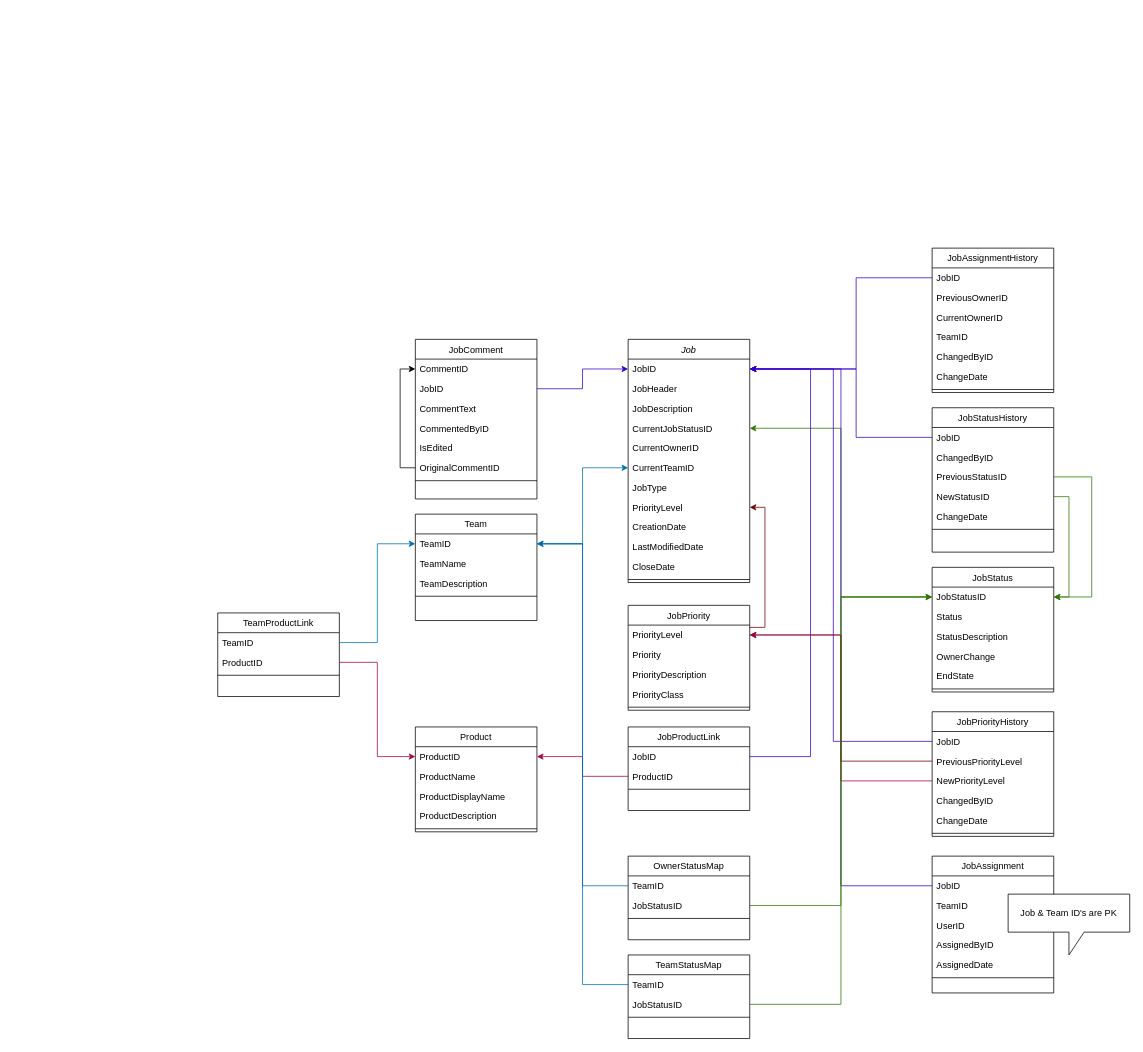
The draw.io diagram documentation/uml/job-class.drawio in KMastalerz/Sloth, before the edit. Source tidied: cells renumbered, new cells numbered last; positions are measured from the earlier drawing's top-left corner, leaving out a move shared by most shapes. Both pictures are drawn from the tidied source at 76%, with x=0, y=0 at pixel (217, 248).
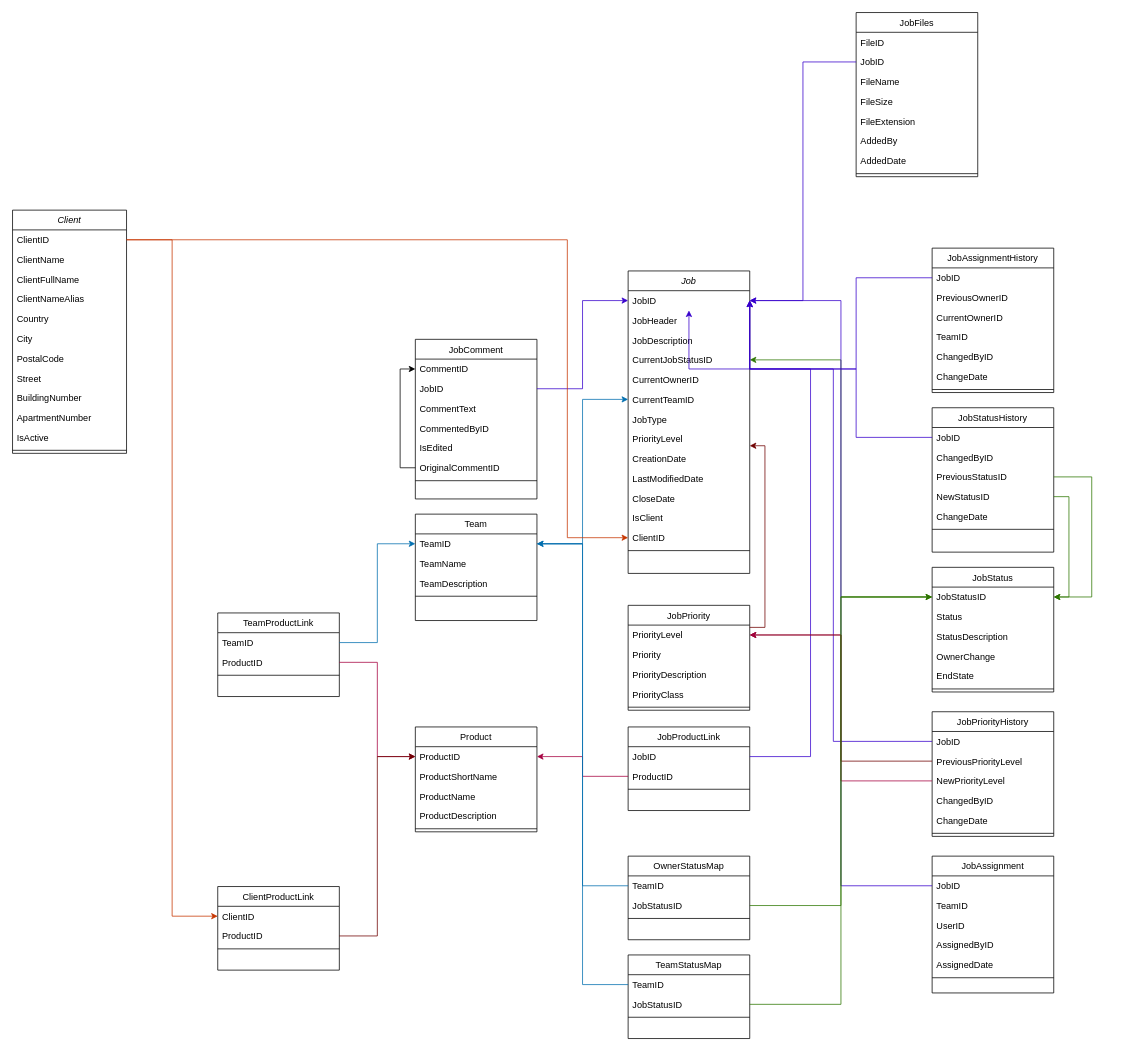
After the change.

The change refers to these unchanged cells:
```xml
<mxCell id="3" value="JobID" style="text;align=left;verticalAlign=top;spacingLeft=4;spacingRight=4;overflow=hidden;points=[[0,0.5],[1,0.5]];portConstraint=eastwest;" parent="2" vertex="1">
  <mxGeometry y="26" width="160" height="26" as="geometry" />
</mxCell>
<mxCell id="10" value="PriorityLevel" style="text;align=left;verticalAlign=top;spacingLeft=4;spacingRight=4;overflow=hidden;points=[[0,0.5],[1,0.5]];portConstraint=eastwest;rounded=0;shadow=0;html=0;" parent="2" vertex="1">
  <mxGeometry y="208" width="160" height="26" as="geometry" />
</mxCell>
<mxCell id="71" value="Product" style="swimlane;fontStyle=0;align=center;verticalAlign=top;horizontal=1;startSize=26;rounded=0;shadow=0;strokeWidth=1;" parent="1" vertex="1">
  <mxGeometry x="260" y="630" width="160" height="138" as="geometry" />
</mxCell>
<mxCell id="72" value="ProductID" style="text;align=left;verticalAlign=top;spacingLeft=4;spacingRight=4;overflow=hidden;points=[[0,0.5],[1,0.5]];portConstraint=eastwest;" parent="71" vertex="1">
  <mxGeometry y="26" width="160" height="26" as="geometry" />
</mxCell>
<mxCell id="93" value="PriorityLevel" style="text;align=left;verticalAlign=top;spacingLeft=4;spacingRight=4;overflow=hidden;points=[[0,0.5],[1,0.5]];portConstraint=eastwest;" parent="92" vertex="1">
  <mxGeometry y="26" width="160" height="26" as="geometry" />
</mxCell>
```

Change to the diagram source:
```diff
@@
     <mxCell id="2" value="Job" style="swimlane;fontStyle=2;align=center;verticalAlign=top;horizontal=1;startSize=26;rounded=0;shadow=0;strokeWidth=1;" parent="1" vertex="1">
-      <mxGeometry x="540" y="120" width="160" height="320" as="geometry" />
+      <mxGeometry x="540" y="30" width="160" height="398" as="geometry" />
     </mxCell>
@@
+    <mxCell id="114" value="IsClient" style="text;align=left;verticalAlign=top;spacingLeft=4;spacingRight=4;overflow=hidden;rounded=0;shadow=0;html=0;" parent="2" vertex="1">
+      <mxGeometry y="312" width="160" height="26" as="geometry" />
+    </mxCell>
+    <mxCell id="115" value="ClientID" style="text;align=left;verticalAlign=top;spacingLeft=4;spacingRight=4;overflow=hidden;points=[[0,0.5],[1,0.5]];portConstraint=eastwest;rounded=0;shadow=0;html=0;" parent="2" vertex="1">
+      <mxGeometry y="338" width="160" height="26" as="geometry" />
+    </mxCell>
     <mxCell id="14" style="line;html=1;strokeWidth=1;align=left;verticalAlign=middle;spacingTop=-1;spacingLeft=3;spacingRight=3;labelPosition=right;" parent="2" vertex="1">
-      <mxGeometry y="312" width="160" height="8" as="geometry" />
+      <mxGeometry y="364" width="160" height="8" as="geometry" />
     </mxCell>
@@
-    <mxCell id="73" value="ProductName" style="text;align=left;verticalAlign=top;spacingLeft=4;spacingRight=4;overflow=hidden;rounded=0;shadow=0;html=0;" parent="71" vertex="1">
+    <mxCell id="73" value="ProductShortName" style="text;align=left;verticalAlign=top;spacingLeft=4;spacingRight=4;overflow=hidden;rounded=0;shadow=0;html=0;" parent="71" vertex="1">
       <mxGeometry y="52" width="160" height="26" as="geometry" />
     </mxCell>
-    <mxCell id="74" value="ProductDisplayName" style="text;align=left;verticalAlign=top;spacingLeft=4;spacingRight=4;overflow=hidden;" parent="71" vertex="1">
+    <mxCell id="74" value="ProductName" style="text;align=left;verticalAlign=top;spacingLeft=4;spacingRight=4;overflow=hidden;" parent="71" vertex="1">
       <mxGeometry y="78" width="160" height="26" as="geometry" />
     </mxCell>
@@
     <mxCell id="98" style="edgeStyle=orthogonalEdgeStyle;rounded=0;jettySize=auto;html=1;fillColor=#a20025;strokeColor=#6F0000;" parent="1" edge="1" source="93" target="10">
       <mxGeometry relative="1" as="geometry">
         <Array as="points">
           <mxPoint x="720" y="499" />
-          <mxPoint x="720" y="341" />
+          <mxPoint x="720" y="260" />
         </Array>
       </mxGeometry>
     </mxCell>
@@
-    <mxCell id="101" value="Job &amp;amp; Team ID's are PK" style="shape=callout;whiteSpace=wrap;html=1;perimeter=calloutPerimeter;" parent="1" vertex="1">
-      <mxGeometry x="1040" y="850" width="160" height="80" as="geometry" />
-    </mxCell>
@@
+    <mxCell id="116" value="ClientProductLink" style="swimlane;fontStyle=0;align=center;verticalAlign=top;horizontal=1;startSize=26;rounded=0;shadow=0;strokeWidth=1;" parent="1" vertex="1">
+      <mxGeometry y="840" width="160" height="110" as="geometry" />
+    </mxCell>
+    <mxCell id="117" value="ClientID" style="text;align=left;verticalAlign=top;spacingLeft=4;spacingRight=4;overflow=hidden;points=[[0,0.5],[1,0.5]];portConstraint=eastwest;" parent="116" vertex="1">
+      <mxGeometry y="26" width="160" height="26" as="geometry" />
+    </mxCell>
+    <mxCell id="118" value="ProductID" style="text;align=left;verticalAlign=top;spacingLeft=4;spacingRight=4;overflow=hidden;points=[[0,0.5],[1,0.5]];portConstraint=eastwest;rounded=0;shadow=0;html=0;" parent="116" vertex="1">
+      <mxGeometry y="52" width="160" height="26" as="geometry" />
+    </mxCell>
+    <mxCell id="119" style="line;html=1;strokeWidth=1;align=left;verticalAlign=middle;spacingTop=-1;spacingLeft=3;spacingRight=3;labelPosition=right;" parent="116" vertex="1">
+      <mxGeometry y="78" width="160" height="8" as="geometry" />
+    </mxCell>
+    <mxCell id="120" value="Client" style="swimlane;fontStyle=2;align=center;verticalAlign=top;horizontal=1;startSize=26;rounded=0;shadow=0;strokeWidth=1;" parent="1" vertex="1">
+      <mxGeometry x="-270" y="-50" width="150" height="320" as="geometry" />
+    </mxCell>
+    <mxCell id="121" value="ClientID" style="text;align=left;verticalAlign=top;spacingLeft=4;spacingRight=4;overflow=hidden;points=[[0,0.5],[1,0.5]];portConstraint=eastwest;" parent="120" vertex="1">
+      <mxGeometry y="26" width="150" height="26" as="geometry" />
+    </mxCell>
+    <mxCell id="122" value="ClientName" style="text;align=left;verticalAlign=top;spacingLeft=4;spacingRight=4;overflow=hidden;rounded=0;shadow=0;html=0;" parent="120" vertex="1">
+      <mxGeometry y="52" width="150" height="26" as="geometry" />
+    </mxCell>
+    <mxCell id="123" value="ClientFullName" style="text;align=left;verticalAlign=top;spacingLeft=4;spacingRight=4;overflow=hidden;rounded=0;shadow=0;html=0;" parent="120" vertex="1">
+      <mxGeometry y="78" width="150" height="26" as="geometry" />
+    </mxCell>
+    <mxCell id="124" value="ClientNameAlias" style="text;align=left;verticalAlign=top;spacingLeft=4;spacingRight=4;overflow=hidden;rounded=0;shadow=0;html=0;" parent="120" vertex="1">
+      <mxGeometry y="104" width="150" height="26" as="geometry" />
+    </mxCell>
+    <mxCell id="125" value="Country" style="text;align=left;verticalAlign=top;spacingLeft=4;spacingRight=4;overflow=hidden;rounded=0;shadow=0;html=0;" parent="120" vertex="1">
+      <mxGeometry y="130" width="150" height="26" as="geometry" />
+    </mxCell>
+    <mxCell id="126" value="City" style="text;align=left;verticalAlign=top;spacingLeft=4;spacingRight=4;overflow=hidden;rounded=0;shadow=0;html=0;" parent="120" vertex="1">
+      <mxGeometry y="156" width="150" height="26" as="geometry" />
+    </mxCell>
+    <mxCell id="127" value="PostalCode" style="text;align=left;verticalAlign=top;spacingLeft=4;spacingRight=4;overflow=hidden;rounded=0;shadow=0;html=0;" parent="120" vertex="1">
+      <mxGeometry y="182" width="150" height="26" as="geometry" />
+    </mxCell>
+    <mxCell id="128" value="Street" style="text;align=left;verticalAlign=top;spacingLeft=4;spacingRight=4;overflow=hidden;rounded=0;shadow=0;html=0;" parent="120" vertex="1">
+      <mxGeometry y="208" width="150" height="26" as="geometry" />
+    </mxCell>
+    <mxCell id="129" value="BuildingNumber" style="text;align=left;verticalAlign=top;spacingLeft=4;spacingRight=4;overflow=hidden;rounded=0;shadow=0;html=0;" parent="120" vertex="1">
+      <mxGeometry y="234" width="150" height="26" as="geometry" />
+    </mxCell>
+    <mxCell id="130" value="ApartmentNumber" style="text;align=left;verticalAlign=top;spacingLeft=4;spacingRight=4;overflow=hidden;rounded=0;shadow=0;html=0;" parent="120" vertex="1">
+      <mxGeometry y="260" width="150" height="26" as="geometry" />
+    </mxCell>
+    <mxCell id="131" value="IsActive" style="text;align=left;verticalAlign=top;spacingLeft=4;spacingRight=4;overflow=hidden;rounded=0;shadow=0;html=0;" parent="120" vertex="1">
+      <mxGeometry y="286" width="150" height="26" as="geometry" />
+    </mxCell>
+    <mxCell id="132" style="line;html=1;strokeWidth=1;align=left;verticalAlign=middle;spacingTop=-1;spacingLeft=3;spacingRight=3;labelPosition=right;" parent="120" vertex="1">
+      <mxGeometry y="312" width="150" height="8" as="geometry" />
+    </mxCell>
+    <mxCell id="133" style="edgeStyle=orthogonalEdgeStyle;rounded=0;jettySize=auto;html=1;fillColor=#fa6800;strokeColor=#C73500;" parent="1" edge="1" source="121" target="117">
+      <mxGeometry relative="1" as="geometry" />
+    </mxCell>
+    <mxCell id="134" style="edgeStyle=orthogonalEdgeStyle;rounded=0;jettySize=auto;html=1;entryX=0;entryY=0.5;entryDx=0;entryDy=0;fillColor=#a20025;strokeColor=#6F0000;" parent="1" edge="1" source="118" target="72">
+      <mxGeometry relative="1" as="geometry" />
+    </mxCell>
+    <mxCell id="135" style="edgeStyle=orthogonalEdgeStyle;rounded=0;jettySize=auto;html=1;entryX=0;entryY=0.5;entryDx=0;entryDy=0;fillColor=#fa6800;strokeColor=#C73500;" parent="1" edge="1" source="121" target="115">
+      <mxGeometry relative="1" as="geometry">
+        <Array as="points">
+          <mxPoint x="460" y="-11" />
+          <mxPoint x="460" y="381" />
+        </Array>
+      </mxGeometry>
+    </mxCell>
+    <mxCell id="136" value="JobFiles" style="swimlane;fontStyle=0;align=center;verticalAlign=top;horizontal=1;startSize=26;rounded=0;shadow=0;strokeWidth=1;" parent="1" vertex="1">
+      <mxGeometry x="840" y="-310" width="160" height="216" as="geometry" />
+    </mxCell>
+    <mxCell id="137" value="FileID" style="text;align=left;verticalAlign=top;spacingLeft=4;spacingRight=4;overflow=hidden;" parent="136" vertex="1">
+      <mxGeometry y="26" width="160" height="26" as="geometry" />
+    </mxCell>
+    <mxCell id="138" value="JobID" style="text;align=left;verticalAlign=top;spacingLeft=4;spacingRight=4;overflow=hidden;points=[[0,0.5],[1,0.5]];portConstraint=eastwest;rounded=0;shadow=0;html=0;" parent="136" vertex="1">
+      <mxGeometry y="52" width="160" height="26" as="geometry" />
+    </mxCell>
+    <mxCell id="139" value="FileName" style="text;align=left;verticalAlign=top;spacingLeft=4;spacingRight=4;overflow=hidden;rounded=0;shadow=0;html=0;" parent="136" vertex="1">
+      <mxGeometry y="78" width="160" height="26" as="geometry" />
+    </mxCell>
+    <mxCell id="140" value="FileSize" style="text;align=left;verticalAlign=top;spacingLeft=4;spacingRight=4;overflow=hidden;rounded=0;shadow=0;html=0;" parent="136" vertex="1">
+      <mxGeometry y="104" width="160" height="26" as="geometry" />
+    </mxCell>
+    <mxCell id="141" value="FileExtension" style="text;align=left;verticalAlign=top;spacingLeft=4;spacingRight=4;overflow=hidden;rounded=0;shadow=0;html=0;" parent="136" vertex="1">
+      <mxGeometry y="130" width="160" height="26" as="geometry" />
+    </mxCell>
+    <mxCell id="142" value="AddedBy" style="text;align=left;verticalAlign=top;spacingLeft=4;spacingRight=4;overflow=hidden;rounded=0;shadow=0;html=0;" parent="136" vertex="1">
+      <mxGeometry y="156" width="160" height="26" as="geometry" />
+    </mxCell>
+    <mxCell id="143" value="AddedDate" style="text;align=left;verticalAlign=top;spacingLeft=4;spacingRight=4;overflow=hidden;rounded=0;shadow=0;html=0;" parent="136" vertex="1">
+      <mxGeometry y="182" width="160" height="26" as="geometry" />
+    </mxCell>
+    <mxCell id="144" style="line;html=1;strokeWidth=1;align=left;verticalAlign=middle;spacingTop=-1;spacingLeft=3;spacingRight=3;labelPosition=right;" parent="136" vertex="1">
+      <mxGeometry y="208" width="160" height="8" as="geometry" />
+    </mxCell>
+    <mxCell id="145" style="edgeStyle=orthogonalEdgeStyle;rounded=0;jettySize=auto;html=1;entryX=1;entryY=0.5;entryDx=0;entryDy=0;fillColor=#6a00ff;strokeColor=#3700CC;" parent="1" edge="1" source="138" target="3">
+      <mxGeometry relative="1" as="geometry" />
+    </mxCell>
```
